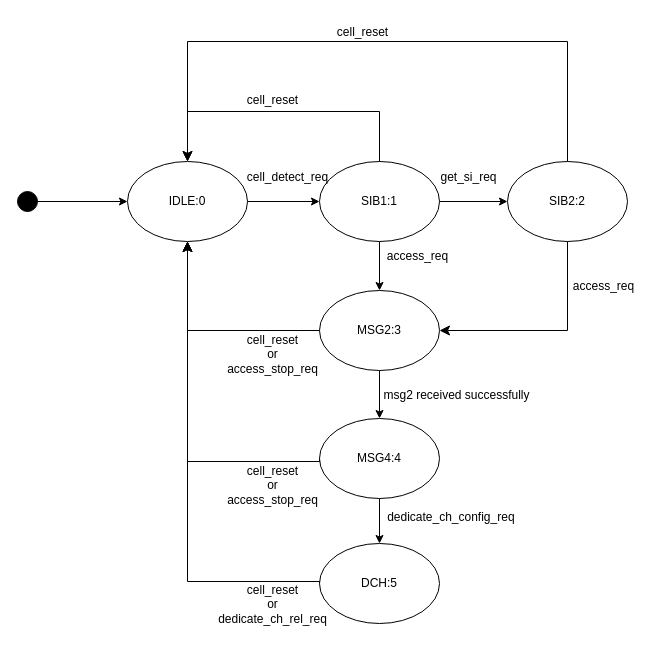
Before: page "第 3 页" (3 of 3) of 1.drawio in wubobupt/drawio, a draw.io diagram. Source tidied: cells renumbered, new cells numbered last; positions are measured from the earlier drawing's top-left corner, leaving out a move shared by most shapes. Both pictures are drawn from the tidied source at 100%, with x=0, y=0 at pixel (17, 17).
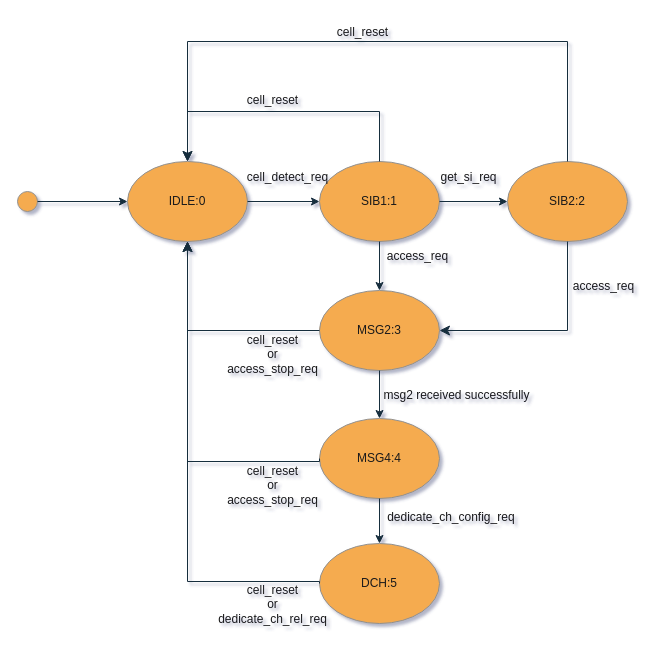
The same diagram, later.

The edit, as a diff of the source:
```diff
@@
-<mxGraphModel>
+<mxGraphModel shadow="1">
@@
-    <mxCell id="2" value="IDLE:0" style="ellipse;whiteSpace=wrap;html=1;" parent="1" vertex="1">
+    <mxCell id="2" value="IDLE:0" style="ellipse;whiteSpace=wrap;html=1;labelBackgroundColor=none;fillColor=#F5AB50;strokeColor=#909090;fontColor=#1A1A1A;" parent="1" vertex="1">
       <mxGeometry x="110" y="144" width="120" height="80" as="geometry" />
     </mxCell>
-    <mxCell id="3" value="SIB1:1" style="ellipse;whiteSpace=wrap;html=1;" parent="1" vertex="1">
+    <mxCell id="3" value="SIB1:1" style="ellipse;whiteSpace=wrap;html=1;labelBackgroundColor=none;fillColor=#F5AB50;strokeColor=#909090;fontColor=#1A1A1A;" parent="1" vertex="1">
       <mxGeometry x="302" y="144" width="120" height="80" as="geometry" />
     </mxCell>
-    <mxCell id="4" value="MSG2:3" style="ellipse;whiteSpace=wrap;html=1;" parent="1" vertex="1">
+    <mxCell id="4" value="MSG2:3" style="ellipse;whiteSpace=wrap;html=1;labelBackgroundColor=none;fillColor=#F5AB50;strokeColor=#909090;fontColor=#1A1A1A;" parent="1" vertex="1">
       <mxGeometry x="302" y="273" width="120" height="80" as="geometry" />
     </mxCell>
-    <mxCell id="5" value="MSG4:4" style="ellipse;whiteSpace=wrap;html=1;" parent="1" vertex="1">
+    <mxCell id="5" value="MSG4:4" style="ellipse;whiteSpace=wrap;html=1;labelBackgroundColor=none;fillColor=#F5AB50;strokeColor=#909090;fontColor=#1A1A1A;" parent="1" vertex="1">
       <mxGeometry x="302" y="401" width="120" height="80" as="geometry" />
     </mxCell>
-    <mxCell id="6" value="DCH:5" style="ellipse;whiteSpace=wrap;html=1;" parent="1" vertex="1">
+    <mxCell id="6" value="DCH:5" style="ellipse;whiteSpace=wrap;html=1;labelBackgroundColor=none;fillColor=#F5AB50;strokeColor=#909090;fontColor=#1A1A1A;" parent="1" vertex="1">
       <mxGeometry x="302" y="526" width="120" height="80" as="geometry" />
     </mxCell>
-    <mxCell id="7" style="ellipse;whiteSpace=wrap;html=1;fillColor=#000000;" parent="1" vertex="1">
+    <mxCell id="7" style="ellipse;whiteSpace=wrap;html=1;fillColor=#F5AB50;labelBackgroundColor=none;strokeColor=#909090;fontColor=#1A1A1A;" parent="1" vertex="1">
       <mxGeometry y="174" width="20" height="20" as="geometry" />
     </mxCell>
-    <mxCell id="8" style="endArrow=classic;html=1;rounded=0;entryX=0;entryY=0.5;entryDx=0;entryDy=0;exitX=1;exitY=0.5;exitDx=0;exitDy=0;" parent="1" edge="1" source="7" target="2">
+    <mxCell id="8" style="endArrow=classic;html=1;rounded=0;entryX=0;entryY=0.5;entryDx=0;entryDy=0;exitX=1;exitY=0.5;exitDx=0;exitDy=0;labelBackgroundColor=none;strokeColor=#182E3E;fontColor=default;" parent="1" edge="1" source="7" target="2">
       <mxGeometry relative="1" as="geometry" />
     </mxCell>
-    <mxCell id="9" style="endArrow=classic;html=1;rounded=0;entryX=0;entryY=0.5;entryDx=0;entryDy=0;exitX=1;exitY=0.5;exitDx=0;exitDy=0;" parent="1" edge="1" source="2" target="3">
+    <mxCell id="9" style="endArrow=classic;html=1;rounded=0;entryX=0;entryY=0.5;entryDx=0;entryDy=0;exitX=1;exitY=0.5;exitDx=0;exitDy=0;labelBackgroundColor=none;strokeColor=#182E3E;fontColor=default;" parent="1" edge="1" source="2" target="3">
       <mxGeometry relative="1" as="geometry" />
     </mxCell>
-    <mxCell id="10" style="endArrow=classic;html=1;rounded=0;entryX=0.5;entryY=0;entryDx=0;entryDy=0;exitX=0.5;exitY=1;exitDx=0;exitDy=0;" parent="1" edge="1" source="3" target="4">
+    <mxCell id="10" style="endArrow=classic;html=1;rounded=0;entryX=0.5;entryY=0;entryDx=0;entryDy=0;exitX=0.5;exitY=1;exitDx=0;exitDy=0;labelBackgroundColor=none;strokeColor=#182E3E;fontColor=default;" parent="1" edge="1" source="3" target="4">
       <mxGeometry relative="1" as="geometry" />
     </mxCell>
-    <mxCell id="11" style="endArrow=classic;html=1;rounded=0;entryX=0.5;entryY=0;entryDx=0;entryDy=0;exitX=0.5;exitY=1;exitDx=0;exitDy=0;" parent="1" edge="1" source="4" target="5">
+    <mxCell id="11" style="endArrow=classic;html=1;rounded=0;entryX=0.5;entryY=0;entryDx=0;entryDy=0;exitX=0.5;exitY=1;exitDx=0;exitDy=0;labelBackgroundColor=none;strokeColor=#182E3E;fontColor=default;" parent="1" edge="1" source="4" target="5">
       <mxGeometry relative="1" as="geometry" />
     </mxCell>
-    <mxCell id="12" style="endArrow=classic;html=1;rounded=0;entryX=0.5;entryY=0;entryDx=0;entryDy=0;exitX=0.5;exitY=1;exitDx=0;exitDy=0;" parent="1" edge="1" source="5" target="6">
+    <mxCell id="12" style="endArrow=classic;html=1;rounded=0;entryX=0.5;entryY=0;entryDx=0;entryDy=0;exitX=0.5;exitY=1;exitDx=0;exitDy=0;labelBackgroundColor=none;strokeColor=#182E3E;fontColor=default;" parent="1" edge="1" source="5" target="6">
       <mxGeometry relative="1" as="geometry" />
     </mxCell>
-    <mxCell id="13" value="SIB2:2" style="ellipse;whiteSpace=wrap;html=1;" parent="1" vertex="1">
+    <mxCell id="13" value="SIB2:2" style="ellipse;whiteSpace=wrap;html=1;labelBackgroundColor=none;fillColor=#F5AB50;strokeColor=#909090;fontColor=#1A1A1A;" parent="1" vertex="1">
       <mxGeometry x="490" y="144" width="120" height="80" as="geometry" />
     </mxCell>
-    <mxCell id="14" style="endArrow=classic;html=1;rounded=0;entryX=0;entryY=0.5;entryDx=0;entryDy=0;exitX=1;exitY=0.5;exitDx=0;exitDy=0;" parent="1" edge="1" source="3" target="13">
+    <mxCell id="14" style="endArrow=classic;html=1;rounded=0;entryX=0;entryY=0.5;entryDx=0;entryDy=0;exitX=1;exitY=0.5;exitDx=0;exitDy=0;labelBackgroundColor=none;strokeColor=#182E3E;fontColor=default;" parent="1" edge="1" source="3" target="13">
       <mxGeometry relative="1" as="geometry" />
     </mxCell>
-    <mxCell id="15" style="edgeStyle=elbowEdgeStyle;elbow=vertical;endArrow=classic;html=1;curved=0;rounded=0;endSize=8;startSize=8;exitX=0.5;exitY=0;exitDx=0;exitDy=0;entryX=0.5;entryY=0;entryDx=0;entryDy=0;" parent="1" edge="1" source="3" target="2">
+    <mxCell id="15" style="edgeStyle=elbowEdgeStyle;elbow=vertical;endArrow=classic;html=1;curved=0;rounded=0;endSize=8;startSize=8;exitX=0.5;exitY=0;exitDx=0;exitDy=0;entryX=0.5;entryY=0;entryDx=0;entryDy=0;labelBackgroundColor=none;strokeColor=#182E3E;fontColor=default;" parent="1" edge="1" source="3" target="2">
       <mxGeometry relative="1" as="geometry">
         <Array as="points">
           <mxPoint x="270" y="94" />
         </Array>
       </mxGeometry>
     </mxCell>
-    <mxCell id="16" style="edgeStyle=elbowEdgeStyle;elbow=horizontal;endArrow=classic;html=1;curved=0;rounded=0;endSize=8;startSize=8;exitX=0.5;exitY=0;exitDx=0;exitDy=0;entryX=0.5;entryY=0;entryDx=0;entryDy=0;" parent="1" edge="1" source="13" target="2">
+    <mxCell id="16" style="edgeStyle=elbowEdgeStyle;elbow=horizontal;endArrow=classic;html=1;curved=0;rounded=0;endSize=8;startSize=8;exitX=0.5;exitY=0;exitDx=0;exitDy=0;entryX=0.5;entryY=0;entryDx=0;entryDy=0;labelBackgroundColor=none;strokeColor=#182E3E;fontColor=default;" parent="1" edge="1" source="13" target="2">
       <mxGeometry relative="1" as="geometry">
         <Array as="points">
           <mxPoint x="380" y="24" />
         </Array>
       </mxGeometry>
     </mxCell>
-    <mxCell id="17" value="cell_detect_req" style="text;html=1;align=center;verticalAlign=middle;strokeColor=none;fillColor=none;" parent="1" vertex="1">
+    <mxCell id="17" value="cell_detect_req" style="text;html=1;align=center;verticalAlign=middle;strokeColor=none;fillColor=none;labelBackgroundColor=none;fontColor=#1A1A1A;" parent="1" vertex="1">
       <mxGeometry x="220" y="145" width="100" height="30" as="geometry" />
     </mxCell>
-    <mxCell id="18" value="get_si_req" style="text;html=1;align=center;verticalAlign=middle;strokeColor=none;fillColor=none;" parent="1" vertex="1">
+    <mxCell id="18" value="get_si_req" style="text;html=1;align=center;verticalAlign=middle;strokeColor=none;fillColor=none;labelBackgroundColor=none;fontColor=#1A1A1A;" parent="1" vertex="1">
       <mxGeometry x="411" y="145" width="80" height="30" as="geometry" />
     </mxCell>
-    <mxCell id="19" value="access_req" style="text;html=1;align=center;verticalAlign=middle;strokeColor=none;fillColor=none;rotation=0;" parent="1" vertex="1">
+    <mxCell id="19" value="access_req" style="text;html=1;align=center;verticalAlign=middle;strokeColor=none;fillColor=none;rotation=0;labelBackgroundColor=none;fontColor=#1A1A1A;" parent="1" vertex="1">
       <mxGeometry x="360" y="224" width="80" height="30" as="geometry" />
     </mxCell>
-    <mxCell id="20" value="access_req" style="text;html=1;align=center;verticalAlign=middle;strokeColor=none;fillColor=none;rotation=0;" parent="1" vertex="1">
+    <mxCell id="20" value="access_req" style="text;html=1;align=center;verticalAlign=middle;strokeColor=none;fillColor=none;rotation=0;labelBackgroundColor=none;fontColor=#1A1A1A;" parent="1" vertex="1">
       <mxGeometry x="546" y="254" width="80" height="30" as="geometry" />
     </mxCell>
-    <mxCell id="21" value="msg2 received successfully" style="text;html=1;align=center;verticalAlign=middle;strokeColor=none;fillColor=none;" parent="1" vertex="1">
+    <mxCell id="21" value="msg2 received successfully" style="text;html=1;align=center;verticalAlign=middle;strokeColor=none;fillColor=none;labelBackgroundColor=none;fontColor=#1A1A1A;" parent="1" vertex="1">
       <mxGeometry x="354" y="363" width="170" height="30" as="geometry" />
     </mxCell>
-    <mxCell id="22" value="dedicate_ch_config_req&amp;nbsp;" style="text;html=1;align=center;verticalAlign=middle;strokeColor=none;fillColor=none;" parent="1" vertex="1">
+    <mxCell id="22" value="dedicate_ch_config_req&amp;nbsp;" style="text;html=1;align=center;verticalAlign=middle;strokeColor=none;fillColor=none;labelBackgroundColor=none;fontColor=#1A1A1A;" parent="1" vertex="1">
       <mxGeometry x="360" y="485" width="150" height="30" as="geometry" />
     </mxCell>
-    <mxCell id="23" value="cell_reset" style="text;html=1;align=center;verticalAlign=middle;strokeColor=none;fillColor=none;" parent="1" vertex="1">
+    <mxCell id="23" value="cell_reset" style="text;html=1;align=center;verticalAlign=middle;strokeColor=none;fillColor=none;labelBackgroundColor=none;fontColor=#1A1A1A;" parent="1" vertex="1">
       <mxGeometry x="220" y="68" width="70" height="30" as="geometry" />
     </mxCell>
-    <mxCell id="24" value="cell_reset" style="text;html=1;align=center;verticalAlign=middle;strokeColor=none;fillColor=none;" parent="1" vertex="1">
+    <mxCell id="24" value="cell_reset" style="text;html=1;align=center;verticalAlign=middle;strokeColor=none;fillColor=none;labelBackgroundColor=none;fontColor=#1A1A1A;" parent="1" vertex="1">
       <mxGeometry x="310" width="70" height="30" as="geometry" />
     </mxCell>
-    <mxCell id="25" style="edgeStyle=elbowEdgeStyle;elbow=vertical;endArrow=classic;html=1;curved=0;rounded=0;endSize=8;startSize=8;exitX=0;exitY=0.5;exitDx=0;exitDy=0;entryX=0.5;entryY=1;entryDx=0;entryDy=0;" parent="1" edge="1" source="4" target="2">
+    <mxCell id="25" style="edgeStyle=elbowEdgeStyle;elbow=vertical;endArrow=classic;html=1;curved=0;rounded=0;endSize=8;startSize=8;exitX=0;exitY=0.5;exitDx=0;exitDy=0;entryX=0.5;entryY=1;entryDx=0;entryDy=0;labelBackgroundColor=none;strokeColor=#182E3E;fontColor=default;" parent="1" edge="1" source="4" target="2">
       <mxGeometry relative="1" as="geometry">
         <Array as="points">
           <mxPoint x="240" y="313" />
         </Array>
       </mxGeometry>
     </mxCell>
-    <mxCell id="26" style="edgeStyle=elbowEdgeStyle;elbow=vertical;endArrow=classic;html=1;curved=0;rounded=0;endSize=8;startSize=8;exitX=0;exitY=0.5;exitDx=0;exitDy=0;entryX=0.5;entryY=1;entryDx=0;entryDy=0;" parent="1" edge="1" source="5" target="2">
+    <mxCell id="26" style="edgeStyle=elbowEdgeStyle;elbow=vertical;endArrow=classic;html=1;curved=0;rounded=0;endSize=8;startSize=8;exitX=0;exitY=0.5;exitDx=0;exitDy=0;entryX=0.5;entryY=1;entryDx=0;entryDy=0;labelBackgroundColor=none;strokeColor=#182E3E;fontColor=default;" parent="1" edge="1" source="5" target="2">
       <mxGeometry relative="1" as="geometry">
         <Array as="points">
           <mxPoint x="220" y="444" />
         </Array>
       </mxGeometry>
     </mxCell>
-    <mxCell id="27" style="edgeStyle=elbowEdgeStyle;elbow=vertical;endArrow=classic;html=1;curved=0;rounded=0;endSize=8;startSize=8;exitX=0;exitY=0.5;exitDx=0;exitDy=0;entryX=0.5;entryY=1;entryDx=0;entryDy=0;" parent="1" edge="1" source="6" target="2">
+    <mxCell id="27" style="edgeStyle=elbowEdgeStyle;elbow=vertical;endArrow=classic;html=1;curved=0;rounded=0;endSize=8;startSize=8;exitX=0;exitY=0.5;exitDx=0;exitDy=0;entryX=0.5;entryY=1;entryDx=0;entryDy=0;labelBackgroundColor=none;strokeColor=#182E3E;fontColor=default;" parent="1" edge="1" source="6" target="2">
       <mxGeometry relative="1" as="geometry">
         <Array as="points">
           <mxPoint x="230" y="564" />
         </Array>
       </mxGeometry>
     </mxCell>
-    <mxCell id="28" value="cell_reset&lt;div&gt;or&lt;/div&gt;&lt;div&gt;access_stop_req&lt;/div&gt;" style="text;html=1;align=center;verticalAlign=middle;strokeColor=none;fillColor=none;" parent="1" vertex="1">
+    <mxCell id="28" value="cell_reset&lt;div&gt;or&lt;/div&gt;&lt;div&gt;access_stop_req&lt;/div&gt;" style="text;html=1;align=center;verticalAlign=middle;strokeColor=none;fillColor=none;labelBackgroundColor=none;fontColor=#1A1A1A;" parent="1" vertex="1">
       <mxGeometry x="200" y="307" width="110" height="60" as="geometry" />
     </mxCell>
-    <mxCell id="29" value="cell_reset&lt;div&gt;or&lt;/div&gt;&lt;div&gt;access_stop_req&lt;/div&gt;" style="text;html=1;align=center;verticalAlign=middle;strokeColor=none;fillColor=none;" parent="1" vertex="1">
+    <mxCell id="29" value="cell_reset&lt;div&gt;or&lt;/div&gt;&lt;div&gt;access_stop_req&lt;/div&gt;" style="text;html=1;align=center;verticalAlign=middle;strokeColor=none;fillColor=none;labelBackgroundColor=none;fontColor=#1A1A1A;" parent="1" vertex="1">
       <mxGeometry x="200" y="438" width="110" height="60" as="geometry" />
     </mxCell>
-    <mxCell id="30" value="cell_reset&lt;div&gt;or&lt;/div&gt;&lt;div&gt;dedicate_ch_rel_req&lt;/div&gt;" style="text;html=1;align=center;verticalAlign=middle;strokeColor=none;fillColor=none;" parent="1" vertex="1">
+    <mxCell id="30" value="cell_reset&lt;div&gt;or&lt;/div&gt;&lt;div&gt;dedicate_ch_rel_req&lt;/div&gt;" style="text;html=1;align=center;verticalAlign=middle;strokeColor=none;fillColor=none;labelBackgroundColor=none;fontColor=#1A1A1A;" parent="1" vertex="1">
       <mxGeometry x="190" y="557" width="130" height="60" as="geometry" />
     </mxCell>
-    <mxCell id="31" style="edgeStyle=segmentEdgeStyle;endArrow=classic;html=1;curved=0;rounded=0;endSize=8;startSize=8;entryX=1;entryY=0.5;entryDx=0;entryDy=0;exitX=0.5;exitY=1;exitDx=0;exitDy=0;" parent="1" edge="1" source="13" target="4">
+    <mxCell id="31" style="edgeStyle=segmentEdgeStyle;endArrow=classic;html=1;curved=0;rounded=0;endSize=8;startSize=8;entryX=1;entryY=0.5;entryDx=0;entryDy=0;exitX=0.5;exitY=1;exitDx=0;exitDy=0;labelBackgroundColor=none;strokeColor=#182E3E;fontColor=default;" parent="1" edge="1" source="13" target="4">
       <mxGeometry relative="1" as="geometry">
         <Array as="points">
           <mxPoint x="550" y="313" />
         </Array>
       </mxGeometry>
     </mxCell>
```
